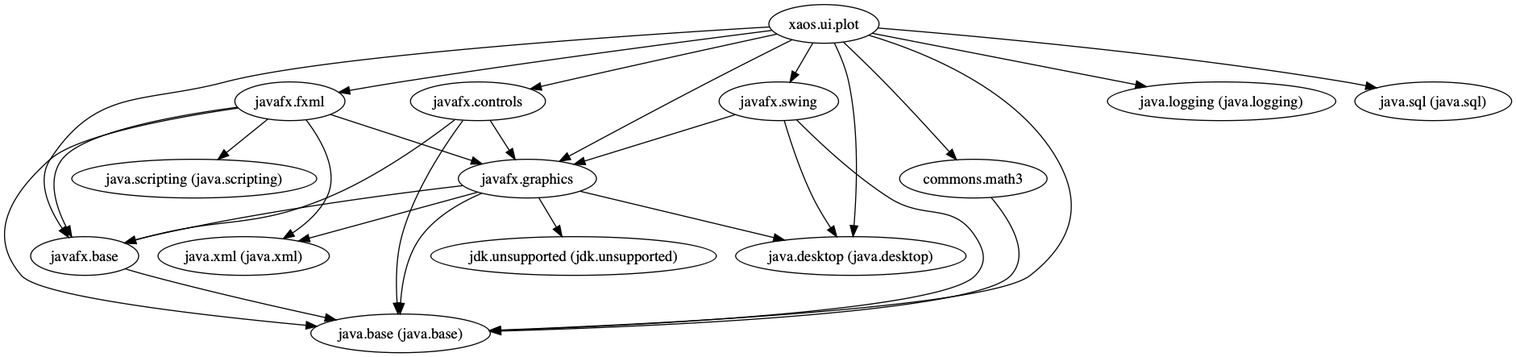
Earlier version of the Graphviz export xaos.ui.plot.module/doc/module-dependencies.png (ESSICS/XAOS). Its source is kept beside it as xaos.ui.plot.module/doc/module-dependencies.dot.
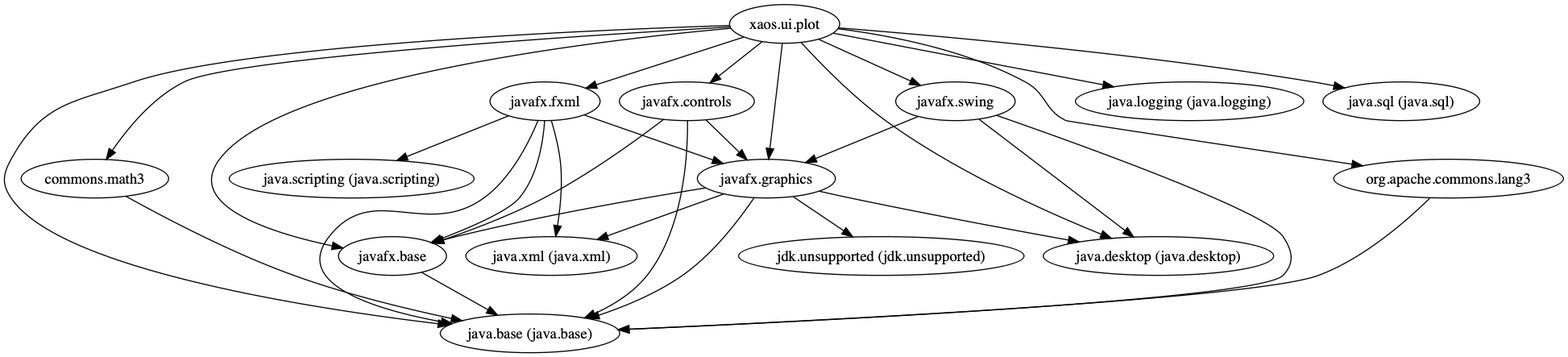
Later version of the same file.

Change to the diagram source:
```diff
@@ -20,6 +20,8 @@
   "xaos.ui.plot"                                     -> "javafx.fxml";
   "xaos.ui.plot"                                     -> "javafx.graphics";
   "xaos.ui.plot"                                     -> "javafx.swing";
+  "xaos.ui.plot"                                     -> "org.apache.commons.lang3";
+  "org.apache.commons.lang3"                         -> "java.base (java.base)";
   "javafx.graphics"                                  -> "java.base (java.base)";
   "javafx.graphics"                                  -> "java.desktop (java.desktop)";
   "javafx.graphics"                                  -> "java.xml (java.xml)";
```
